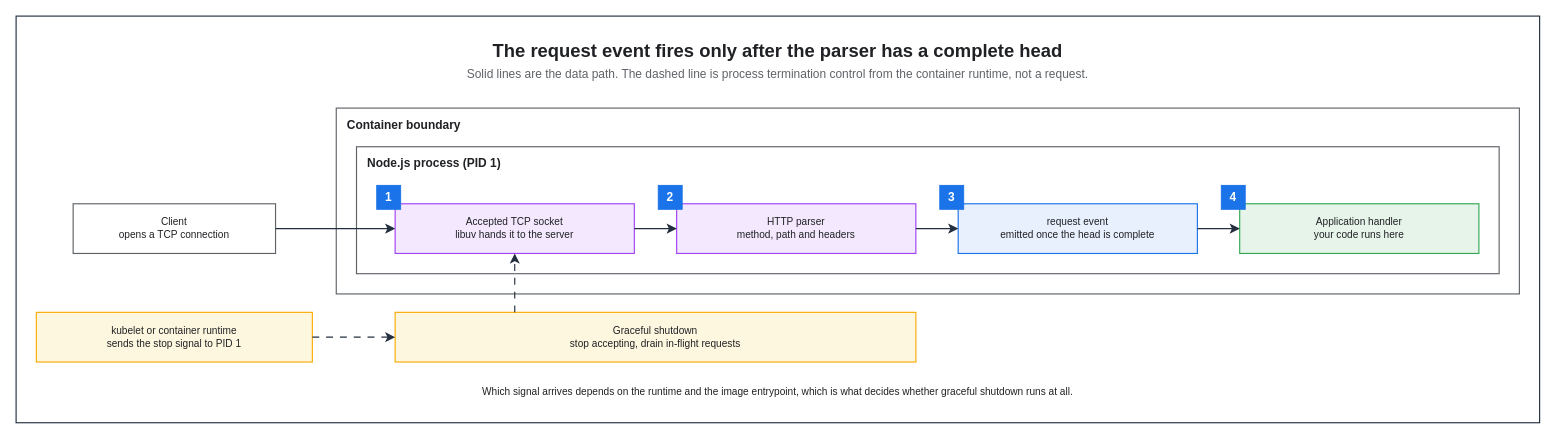
KKamJi98/kkamji98.github.io keeps this draw.io diagram as assets/img/nodejs/node-http-request-lifecycle-flow.drawio. Above is the earlier version. Source tidied: cells renumbered, new cells numbered last; positions are measured from the earlier drawing's top-left corner, leaving out a move shared by most shapes. Both pictures are drawn from the tidied source at 92%, with x=0, y=0 at pixel (16, 16).
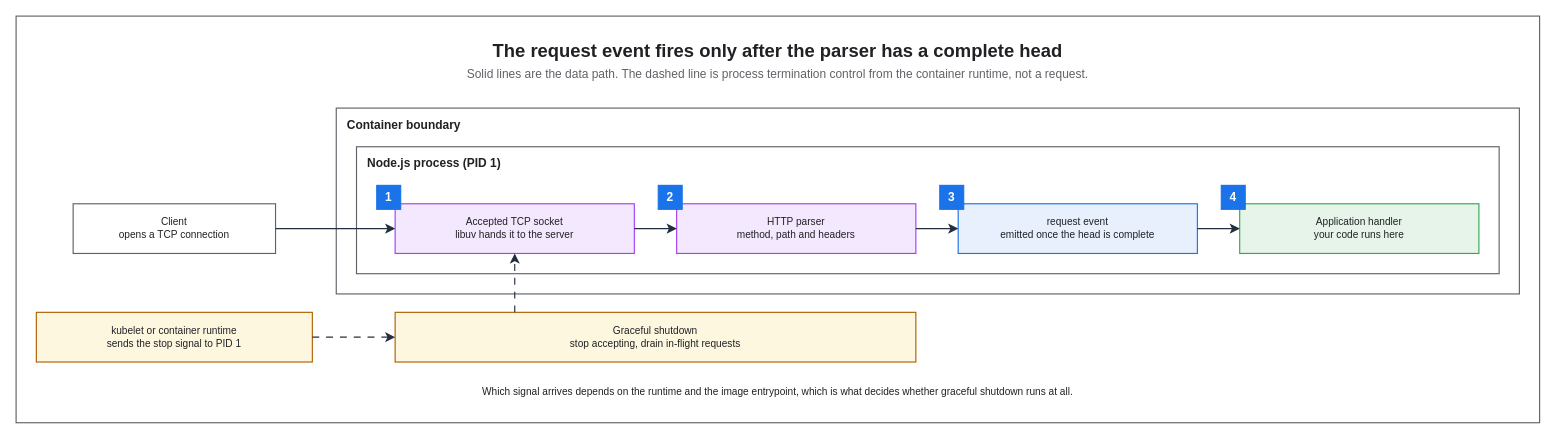
After the change.

Change to the diagram source:
```diff
@@
-    <mxCell id="2" style="rounded=0;html=0;fillColor=none;strokeColor=#232F3E;fontColor=#202124;strokeWidth=1.25;" parent="1" vertex="1">
+    <mxCell id="2" style="rounded=0;html=0;fillColor=none;strokeColor=#5F6368;fontColor=#202124;strokeWidth=1.25;" parent="1" vertex="1">
       <mxGeometry width="1656" height="442" as="geometry" />
     </mxCell>
@@
-    <mxCell id="12" value="kubelet or container runtime&#10;sends the stop signal to PID 1" style="rounded=0;whiteSpace=wrap;html=0;fillColor=#FEF7E0;strokeColor=#F9AB00;fontColor=#202124;fontSize=11;fontStyle=0;align=center;verticalAlign=middle;spacingLeft=6;spacingRight=6;strokeWidth=1.25;" parent="1" vertex="1">
+    <mxCell id="12" value="kubelet or container runtime&#10;sends the stop signal to PID 1" style="rounded=0;whiteSpace=wrap;html=0;fillColor=#FEF7E0;strokeColor=#B06000;fontColor=#202124;fontSize=11;fontStyle=0;align=center;verticalAlign=middle;spacingLeft=6;spacingRight=6;strokeWidth=1.25;" parent="1" vertex="1">
       <mxGeometry x="22" y="322" width="300" height="54" as="geometry" />
     </mxCell>
@@
-    <mxCell id="14" value="Graceful shutdown&#10;stop accepting, drain in-flight requests" style="rounded=0;whiteSpace=wrap;html=0;fillColor=#FEF7E0;strokeColor=#F9AB00;fontColor=#202124;fontSize=11;fontStyle=0;align=center;verticalAlign=middle;spacingLeft=6;spacingRight=6;strokeWidth=1.25;" parent="1" vertex="1">
+    <mxCell id="14" value="Graceful shutdown&#10;stop accepting, drain in-flight requests" style="rounded=0;whiteSpace=wrap;html=0;fillColor=#FEF7E0;strokeColor=#B06000;fontColor=#202124;fontSize=11;fontStyle=0;align=center;verticalAlign=middle;spacingLeft=6;spacingRight=6;strokeWidth=1.25;" parent="1" vertex="1">
       <mxGeometry x="412" y="322" width="566" height="54" as="geometry" />
     </mxCell>
-    <mxCell id="15" value="1" style="rounded=0;whiteSpace=wrap;html=0;fillColor=#1A73E8;strokeColor=#1A73E8;fontColor=#FFFFFF;fontSize=13;fontStyle=1;align=center;verticalAlign=middle;" parent="1" vertex="1">
+    <mxCell id="15" value="1" style="rounded=0;whiteSpace=wrap;html=0;fillColor=#1A73E8;strokeColor=#1A73E8;fontColor=#FFFFFF;fontSize=13;fontStyle=1;align=center;verticalAlign=middle;strokeWidth=1.25;" parent="1" vertex="1">
       <mxGeometry x="392" y="184" width="26" height="26" as="geometry" />
     </mxCell>
-    <mxCell id="16" value="2" style="rounded=0;whiteSpace=wrap;html=0;fillColor=#1A73E8;strokeColor=#1A73E8;fontColor=#FFFFFF;fontSize=13;fontStyle=1;align=center;verticalAlign=middle;" parent="1" vertex="1">
+    <mxCell id="16" value="2" style="rounded=0;whiteSpace=wrap;html=0;fillColor=#1A73E8;strokeColor=#1A73E8;fontColor=#FFFFFF;fontSize=13;fontStyle=1;align=center;verticalAlign=middle;strokeWidth=1.25;" parent="1" vertex="1">
       <mxGeometry x="698" y="184" width="26" height="26" as="geometry" />
     </mxCell>
-    <mxCell id="17" value="3" style="rounded=0;whiteSpace=wrap;html=0;fillColor=#1A73E8;strokeColor=#1A73E8;fontColor=#FFFFFF;fontSize=13;fontStyle=1;align=center;verticalAlign=middle;" parent="1" vertex="1">
+    <mxCell id="17" value="3" style="rounded=0;whiteSpace=wrap;html=0;fillColor=#1A73E8;strokeColor=#1A73E8;fontColor=#FFFFFF;fontSize=13;fontStyle=1;align=center;verticalAlign=middle;strokeWidth=1.25;" parent="1" vertex="1">
       <mxGeometry x="1004" y="184" width="26" height="26" as="geometry" />
     </mxCell>
-    <mxCell id="18" value="4" style="rounded=0;whiteSpace=wrap;html=0;fillColor=#1A73E8;strokeColor=#1A73E8;fontColor=#FFFFFF;fontSize=13;fontStyle=1;align=center;verticalAlign=middle;" parent="1" vertex="1">
+    <mxCell id="18" value="4" style="rounded=0;whiteSpace=wrap;html=0;fillColor=#1A73E8;strokeColor=#1A73E8;fontColor=#FFFFFF;fontSize=13;fontStyle=1;align=center;verticalAlign=middle;strokeWidth=1.25;" parent="1" vertex="1">
       <mxGeometry x="1310" y="184" width="26" height="26" as="geometry" />
     </mxCell>
```
